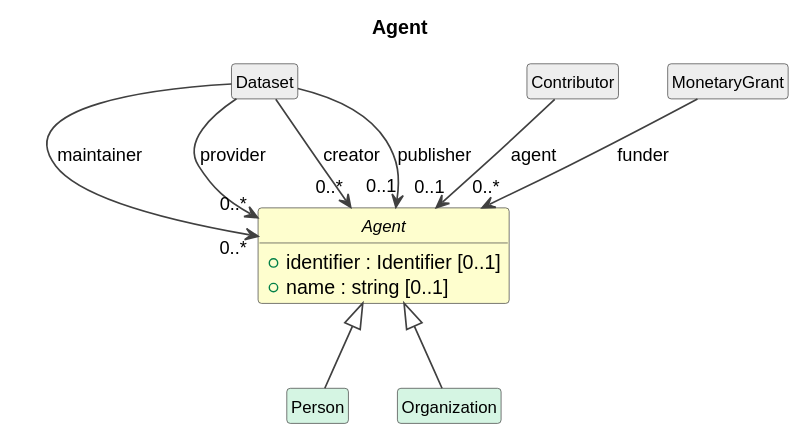
This is cdif-uml-model/CDIFDataDescription/Classes/Agent.svg from Cross-Domain-Interoperability-Framework/metadataBuildingBlocks, a PlantUML export, as it was before one commit.
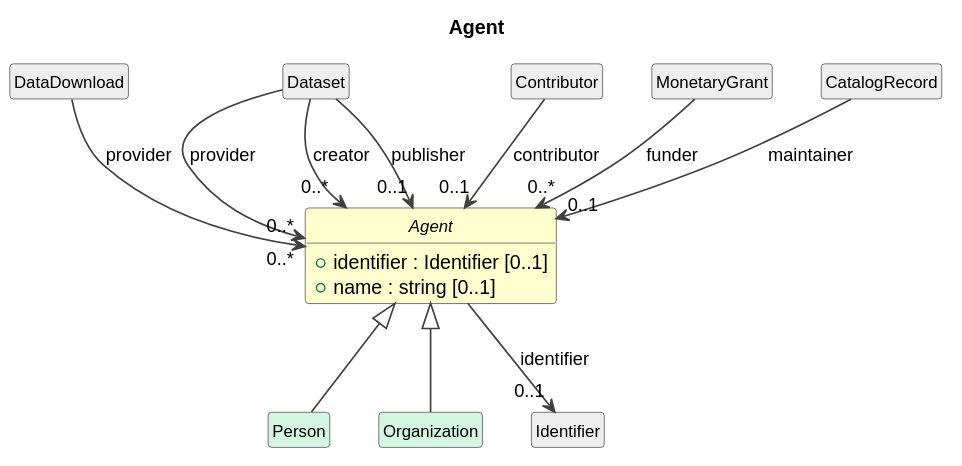
After the change.

Change to the diagram source:
```diff
@@ -18,13 +18,18 @@
 Agent <|-- Person
 class "Organization" as Organization #D5F5E3
 Agent <|-- Organization
+class "DataDownload" as DataDownload #EEEEEE
+DataDownload --> "0..*" Agent : provider
 class "Dataset" as Dataset #EEEEEE
-Dataset --> "0..*" Agent : maintainer
 Dataset --> "0..*" Agent : provider
 Dataset --> "0..*" Agent : creator
 Dataset --> "0..1" Agent : publisher
 class "Contributor" as Contributor #EEEEEE
-Contributor --> "0..1" Agent : agent
+Contributor --> "0..1" Agent : contributor
 class "MonetaryGrant" as MonetaryGrant #EEEEEE
 MonetaryGrant --> "0..*" Agent : funder
+class "CatalogRecord" as CatalogRecord #EEEEEE
+CatalogRecord --> "0..1" Agent : maintainer
+class "Identifier" as Identifier #EEEEEE
+Agent --> "0..1" Identifier : identifier
 @enduml
```
